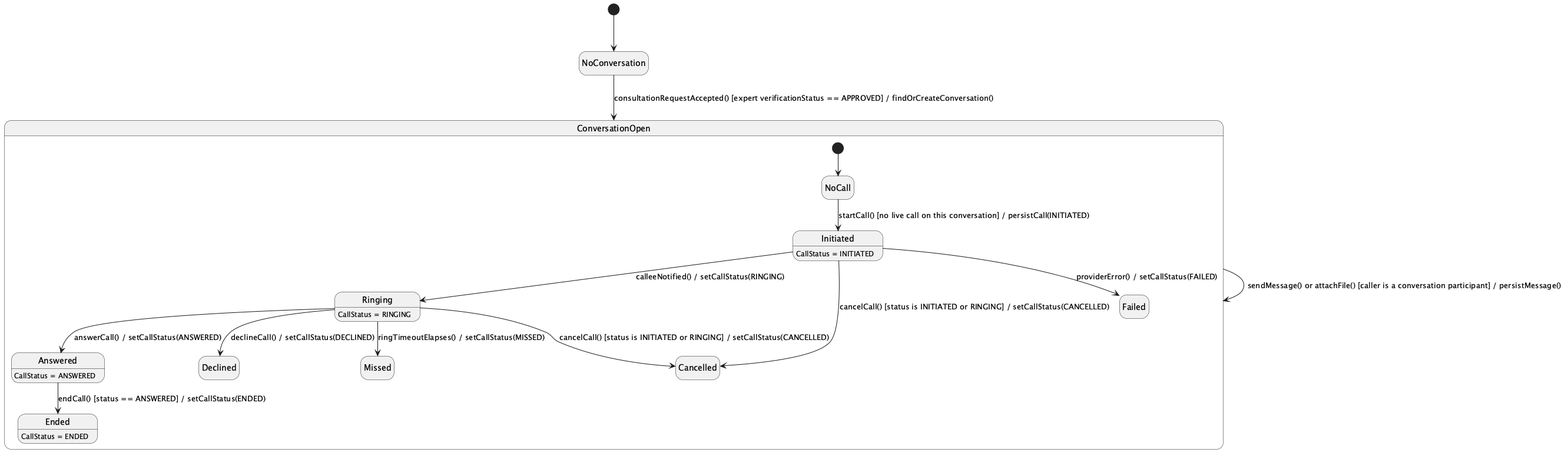
ChuongBDHE172784/CareBridge_SEP490_G79 keeps this PlantUML diagram as 03_Design/Detailed_Design/MF05_Verified_Expert_Network/images/04_Direct_Messaging_Attachments_and_Calls_StateChartDiagram.png. Above is the earlier version. Source of this version:
```plantuml
@startuml
hide empty description
[*] --> NoConversation

NoConversation --> ConversationOpen : consultationRequestAccepted() [expert verificationStatus == APPROVED] / findOrCreateConversation()
ConversationOpen --> ConversationOpen : sendMessage() or attachFile() [caller is a conversation participant] / persistMessage()

state ConversationOpen {
  [*] --> NoCall
  NoCall --> Initiated : startCall() [no live call on this conversation] / persistCall(INITIATED)
  Initiated --> Ringing : calleeNotified() / setCallStatus(RINGING)
  Ringing --> Answered : answerCall() / setCallStatus(ANSWERED)
  Ringing --> Declined : declineCall() / setCallStatus(DECLINED)
  Ringing --> Missed : ringTimeoutElapses() / setCallStatus(MISSED)
  Initiated --> Cancelled : cancelCall() [status is INITIATED or RINGING] / setCallStatus(CANCELLED)
  Ringing --> Cancelled : cancelCall() [status is INITIATED or RINGING] / setCallStatus(CANCELLED)
  Answered --> Ended : endCall() [status == ANSWERED] / setCallStatus(ENDED)
  Initiated --> Failed : providerError() / setCallStatus(FAILED)
}

Initiated : CallStatus = INITIATED
Ringing : CallStatus = RINGING
Answered : CallStatus = ANSWERED
Ended : CallStatus = ENDED
@enduml
```
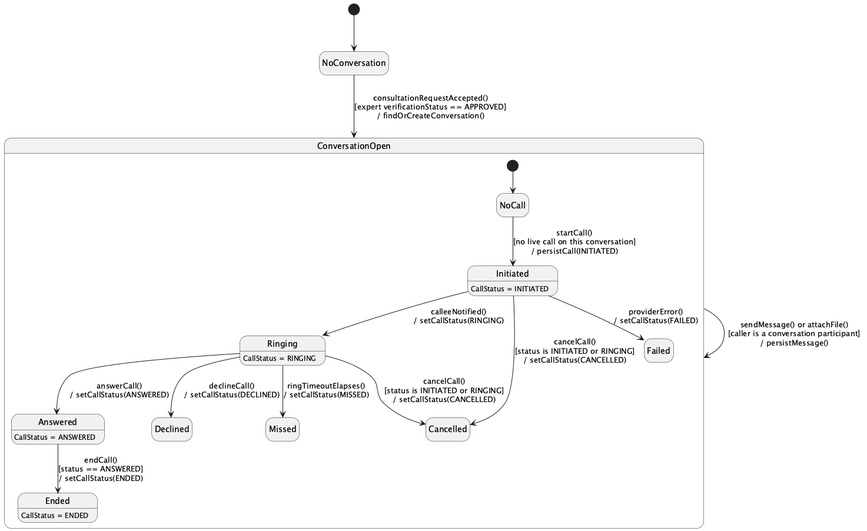
After the change.

Change to the diagram source:
```diff
@@ -1,21 +1,21 @@
-@startuml
+@startuml StateChartDiagram_04DirectMessagingAttachmentsandCalls
 hide empty description
 [*] --> NoConversation
 
-NoConversation --> ConversationOpen : consultationRequestAccepted() [expert verificationStatus == APPROVED] / findOrCreateConversation()
-ConversationOpen --> ConversationOpen : sendMessage() or attachFile() [caller is a conversation participant] / persistMessage()
+NoConversation --> ConversationOpen : consultationRequestAccepted()\n[expert verificationStatus == APPROVED]\n/ findOrCreateConversation()
+ConversationOpen --> ConversationOpen : sendMessage() or attachFile()\n[caller is a conversation participant]\n/ persistMessage()
 
 state ConversationOpen {
   [*] --> NoCall
-  NoCall --> Initiated : startCall() [no live call on this conversation] / persistCall(INITIATED)
-  Initiated --> Ringing : calleeNotified() / setCallStatus(RINGING)
-  Ringing --> Answered : answerCall() / setCallStatus(ANSWERED)
-  Ringing --> Declined : declineCall() / setCallStatus(DECLINED)
-  Ringing --> Missed : ringTimeoutElapses() / setCallStatus(MISSED)
-  Initiated --> Cancelled : cancelCall() [status is INITIATED or RINGING] / setCallStatus(CANCELLED)
-  Ringing --> Cancelled : cancelCall() [status is INITIATED or RINGING] / setCallStatus(CANCELLED)
-  Answered --> Ended : endCall() [status == ANSWERED] / setCallStatus(ENDED)
-  Initiated --> Failed : providerError() / setCallStatus(FAILED)
+  NoCall --> Initiated : startCall()\n[no live call on this conversation]\n/ persistCall(INITIATED)
+  Initiated --> Ringing : calleeNotified()\n/ setCallStatus(RINGING)
+  Ringing --> Answered : answerCall()\n/ setCallStatus(ANSWERED)
+  Ringing --> Declined : declineCall()\n/ setCallStatus(DECLINED)
+  Ringing --> Missed : ringTimeoutElapses()\n/ setCallStatus(MISSED)
+  Initiated --> Cancelled : cancelCall()\n[status is INITIATED or RINGING]\n/ setCallStatus(CANCELLED)
+  Ringing --> Cancelled : cancelCall()\n[status is INITIATED or RINGING]\n/ setCallStatus(CANCELLED)
+  Answered --> Ended : endCall()\n[status == ANSWERED]\n/ setCallStatus(ENDED)
+  Initiated --> Failed : providerError()\n/ setCallStatus(FAILED)
 }
 
 Initiated : CallStatus = INITIATED
```
